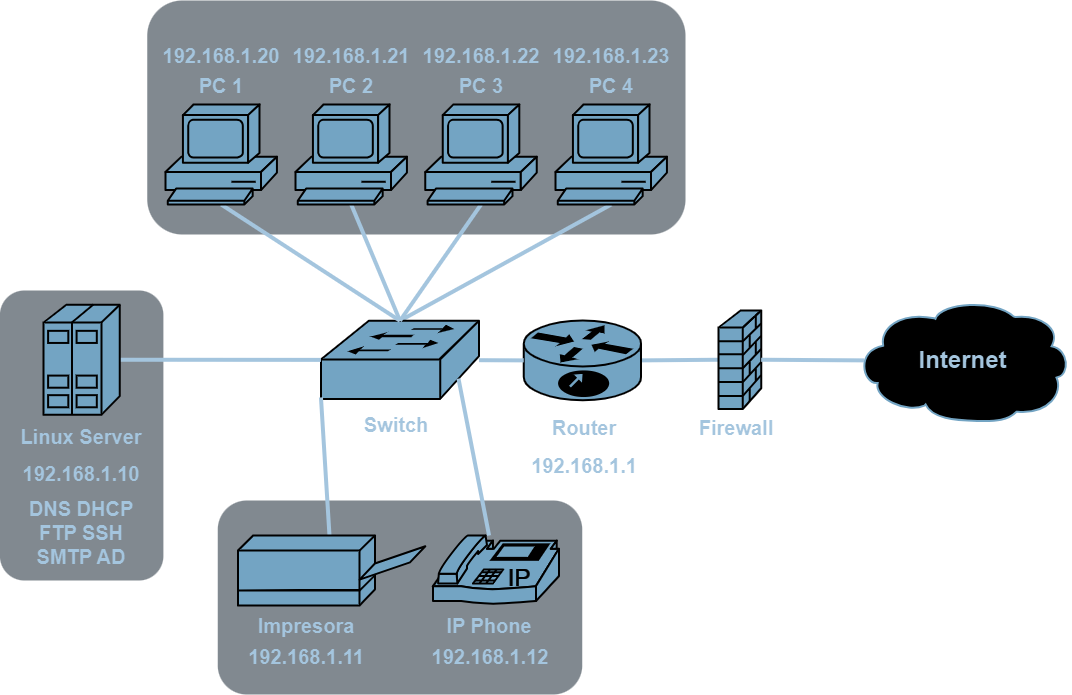
Earlier version of the draw.io export Esquema de red Bookhub.png (DemoNxriN/Bookhub). Source tidied: cells renumbered, new cells last; positions are measured from the earlier drawing's top-left corner, leaving out a move shared by most shapes.
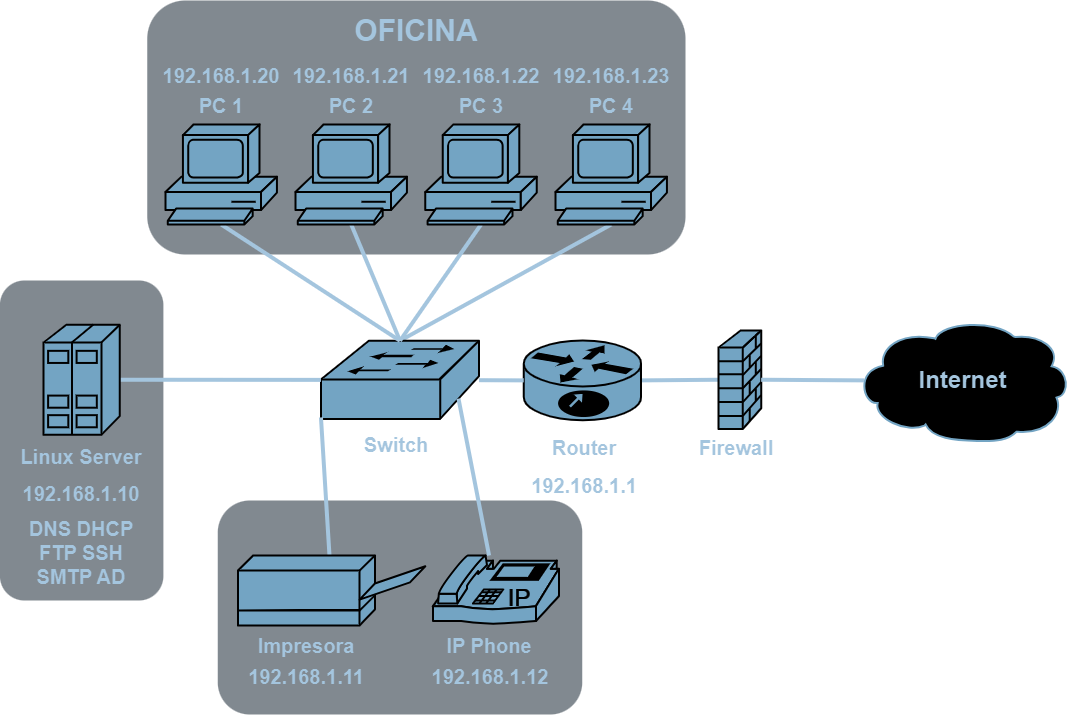
After the change.

The edit, as a diff of the source:
```diff
@@ -3,10 +3,10 @@
     <mxCell id="0" />
     <mxCell id="1" parent="0" />
     <mxCell id="2" style="rounded=1;whiteSpace=wrap;html=1;strokeColor=none;fillColor=#BAC8D3;fontSize=24;fontColor=#23445D;align=center;opacity=60;" parent="1" vertex="1">
-      <mxGeometry x="147.8" width="538.2" height="234" as="geometry" />
+      <mxGeometry x="147.8" y="-20" width="538.2" height="254" as="geometry" />
     </mxCell>
     <mxCell id="3" style="rounded=1;whiteSpace=wrap;html=1;strokeColor=none;fillColor=#BAC8D3;fontSize=24;fontColor=#23445D;align=center;opacity=60;" parent="1" vertex="1">
-      <mxGeometry x="0.4" y="290" width="163.5" height="290" as="geometry" />
+      <mxGeometry x="0.4" y="260" width="163.5" height="320" as="geometry" />
     </mxCell>
     <mxCell id="4" value="Internet" style="shape=mxgraph.cisco.storage.cloud;html=1;dashed=0;strokeColor=#3a6b8a;fillColor=#ffffff;strokeWidth=2;fontFamily=Helvetica;fontSize=24;fontColor=#23445D;align=center;fontStyle=1;" parent="1" vertex="1">
       <mxGeometry x="856" y="298.8" width="214.5" height="122.2" as="geometry" />
@@ -45,7 +45,7 @@
       <mxGeometry relative="1" as="geometry" />
     </mxCell>
     <mxCell id="16" style="rounded=1;whiteSpace=wrap;html=1;strokeColor=none;fillColor=#BAC8D3;fontSize=24;fontColor=#23445D;align=center;opacity=60;" parent="1" vertex="1">
-      <mxGeometry x="218.2" y="500" width="364.5" height="194" as="geometry" />
+      <mxGeometry x="218.2" y="480" width="364.5" height="214" as="geometry" />
     </mxCell>
     <mxCell id="17" style="rounded=1;html=1;endArrow=none;endFill=0;strokeColor=#23445D;strokeWidth=4;fontSize=14;fontColor=#990000;exitX=0;exitY=0.98;exitDx=0;exitDy=0;exitPerimeter=0;" parent="1" edge="1" source="9" target="40">
       <mxGeometry relative="1" as="geometry" />
@@ -137,5 +137,8 @@
     <mxCell id="45" value="&lt;font color=&quot;#23445d&quot;&gt;&lt;span style=&quot;font-size: 20px;&quot;&gt;192.168.1.12&lt;/span&gt;&lt;/font&gt;" style="rounded=1;whiteSpace=wrap;html=1;strokeColor=none;fillColor=none;fontSize=14;fontColor=#742B21;align=center;fontStyle=1;" parent="1" vertex="1">
       <mxGeometry x="430" y="640.6" width="121.8" height="30.6" as="geometry" />
     </mxCell>
+    <mxCell id="46" value="&lt;font style=&quot;font-size: 30px;&quot; color=&quot;#23445d&quot;&gt;OFICINA&lt;/font&gt;" style="rounded=1;whiteSpace=wrap;html=1;strokeColor=none;fillColor=none;fontSize=14;fontColor=#742B21;align=center;fontStyle=1;" parent="1" vertex="1">
+      <mxGeometry x="283.7" y="-10" width="266.4" height="40.6" as="geometry" />
+    </mxCell>
   </root>
 </mxGraphModel>
```
